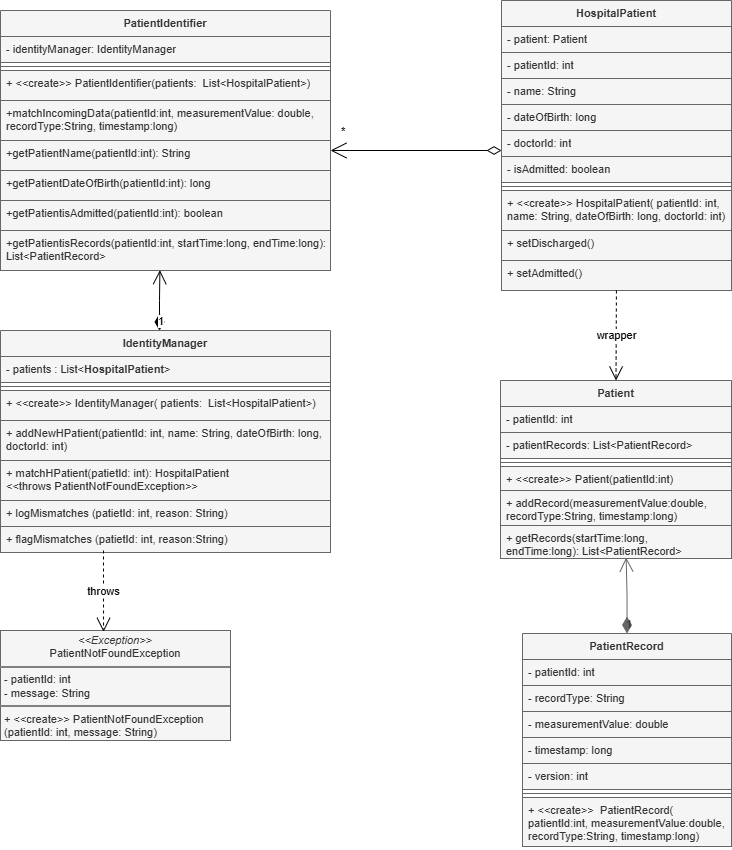
The draw.io diagram uml_models/DiagramPatientIdentificationSystem.png in KlaraAlbertova/signal_project, before a commit. Source tidied: cells renumbered, new cells last; positions are measured from the earlier drawing's top-left corner, leaving out a move shared by most shapes.
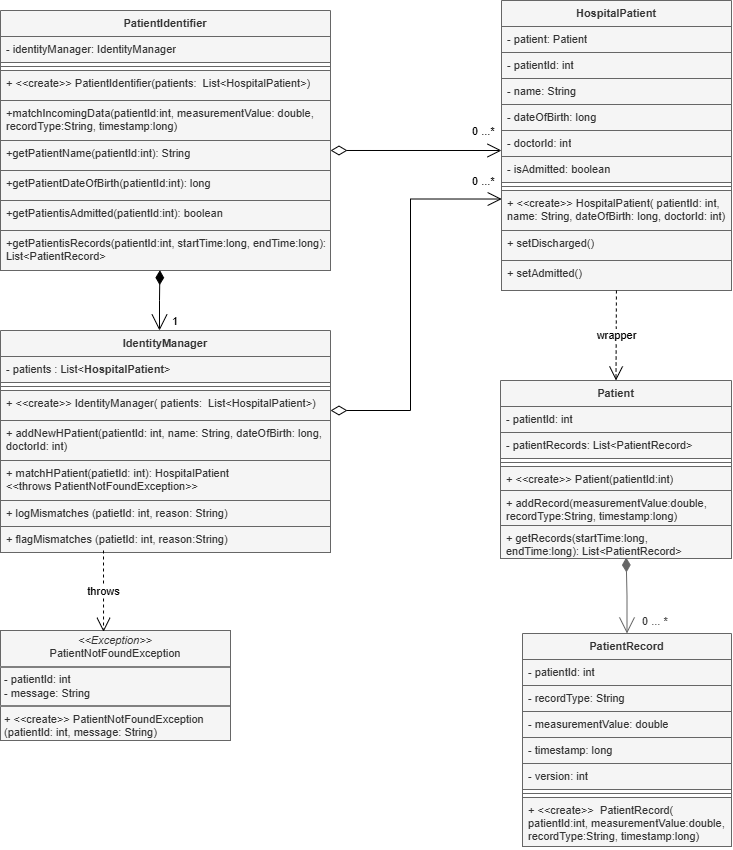
After the commit.

Diff of the diagram source:
```diff
@@ -47,8 +47,8 @@
     <mxCell id="16" value="+ &amp;lt;&amp;lt;create&amp;gt;&amp;gt;&amp;nbsp;&amp;nbsp;&lt;span&gt;PatientRecord&lt;/span&gt;&lt;span&gt;(&lt;/span&gt;&lt;div&gt;&lt;span&gt;patientId:int,&amp;nbsp;&lt;/span&gt;&lt;span style=&quot;&quot;&gt;measurementValue:double, recordType:String, &lt;/span&gt;&lt;span style=&quot;&quot;&gt;timestamp:long)&lt;/span&gt;&lt;/div&gt;" style="text;strokeColor=#666666;fillColor=#f5f5f5;align=left;verticalAlign=top;spacingLeft=4;spacingRight=4;overflow=hidden;whiteSpace=wrap;html=1;fontSize=11;fontFamily=Helvetica;labelBackgroundColor=none;fontColor=#333333;" parent="9" vertex="1">
       <mxGeometry y="164" width="209" height="49" as="geometry" />
     </mxCell>
-    <mxCell id="17" value="1" style="endArrow=open;html=1;endSize=12;startArrow=diamondThin;startSize=14;startFill=1;edgeStyle=orthogonalEdgeStyle;align=left;verticalAlign=bottom;rounded=0;entryX=0.544;entryY=0.97;entryDx=0;entryDy=0;entryPerimeter=0;strokeColor=#666666;fillColor=#f5f5f5;fontSize=11;fontFamily=Helvetica;fontColor=light-dark(#333333,#C1C1C1);labelBackgroundColor=none;" parent="1" edge="1" source="9" target="8">
-      <mxGeometry x="-1" y="3" relative="1" as="geometry" />
+    <mxCell id="17" value="0 ... *" style="endArrow=diamondThin;html=1;endSize=12;startArrow=open;startSize=14;startFill=0;edgeStyle=orthogonalEdgeStyle;align=left;verticalAlign=bottom;rounded=0;entryX=0.544;entryY=0.97;entryDx=0;entryDy=0;entryPerimeter=0;strokeColor=#666666;fillColor=#f5f5f5;fontSize=11;fontFamily=Helvetica;fontColor=light-dark(#333333,#C1C1C1);labelBackgroundColor=none;endFill=1;" parent="1" edge="1" source="9" target="8">
+      <mxGeometry x="-0.92" y="-13" relative="1" as="geometry" />
     </mxCell>
     <mxCell id="18" value="&lt;span lang=&quot;EN-CA&quot; style=&quot;&quot;&gt;PatientIdentifier&lt;/span&gt;" style="swimlane;fontStyle=1;align=center;verticalAlign=top;horizontal=1;startSize=26;whiteSpace=wrap;html=1;fontColor=#333333;fillColor=#f5f5f5;strokeColor=#666666;fontSize=11;fontFamily=Helvetica;labelBackgroundColor=none;" parent="1" vertex="1">
       <mxGeometry y="10" width="330" height="260" as="geometry" />
@@ -137,17 +137,16 @@
     <mxCell id="46" value="&lt;p style=&quot;margin:0px;margin-top:4px;text-align:center;&quot;&gt;&lt;i&gt;&amp;lt;&amp;lt;Exception&amp;gt;&amp;gt;&lt;/i&gt;&lt;br&gt;&lt;span style=&quot;text-align: left;&quot;&gt;PatientNotFoundException&lt;/span&gt;&lt;/p&gt;&lt;hr style=&quot;border-style:solid;&quot;&gt;&lt;p style=&quot;margin:0px;margin-left:4px;&quot;&gt;- patientId: int&lt;/p&gt;&lt;p style=&quot;margin:0px;margin-left:4px;&quot;&gt;- message: String&lt;/p&gt;&lt;hr style=&quot;border-style:solid;&quot;&gt;&lt;p style=&quot;margin:0px;margin-left:4px;&quot;&gt;+ &amp;lt;&amp;lt;create&amp;gt;&amp;gt; PatientNotFoundException (patientId: int, message: String)&lt;/p&gt;&lt;div&gt;&lt;br&gt;&lt;/div&gt;" style="verticalAlign=top;align=left;overflow=fill;html=1;whiteSpace=wrap;fillColor=#f5f5f5;fontColor=#333333;strokeColor=#666666;fontSize=11;fontFamily=Helvetica;labelBackgroundColor=none;" parent="1" vertex="1">
       <mxGeometry y="630" width="230" height="110" as="geometry" />
     </mxCell>
-    <mxCell id="47" value="*" style="endArrow=diamondThin;html=1;endSize=12;startArrow=open;startSize=14;startFill=0;edgeStyle=orthogonalEdgeStyle;align=left;verticalAlign=bottom;rounded=0;endFill=0;exitX=1;exitY=0.333;exitDx=0;exitDy=0;exitPerimeter=0;" parent="1" edge="1" source="23">
-      <mxGeometry x="-0.88" y="10" relative="1" as="geometry">
+    <mxCell id="47" value="0 ...*" style="endArrow=open;html=1;endSize=12;startArrow=diamondThin;startSize=14;startFill=0;edgeStyle=orthogonalEdgeStyle;align=left;verticalAlign=bottom;rounded=0;endFill=0;exitX=1;exitY=0.333;exitDx=0;exitDy=0;exitPerimeter=0;" parent="1" edge="1" source="23">
+      <mxGeometry x="0.64" y="10" relative="1" as="geometry">
         <mxPoint x="501" y="150" as="targetPoint" />
-        <mxPoint x="-1" as="offset" />
       </mxGeometry>
     </mxCell>
     <mxCell id="48" value="wrapper" style="endArrow=open;endSize=12;dashed=1;html=1;rounded=0;entryX=0.5;entryY=0;entryDx=0;entryDy=0;" parent="1" edge="1" source="45" target="2">
       <mxGeometry relative="1" as="geometry" />
     </mxCell>
-    <mxCell id="49" value="1" style="endArrow=open;html=1;endSize=12;startArrow=diamondThin;startSize=14;startFill=1;edgeStyle=orthogonalEdgeStyle;align=left;verticalAlign=bottom;rounded=0;entryX=0.483;entryY=0.992;entryDx=0;entryDy=0;entryPerimeter=0;" parent="1" edge="1" target="26">
-      <mxGeometry x="-1" y="3" relative="1" as="geometry">
+    <mxCell id="49" value="1" style="endArrow=diamondThin;html=1;endSize=12;startArrow=open;startSize=14;startFill=0;edgeStyle=orthogonalEdgeStyle;align=left;verticalAlign=bottom;rounded=0;entryX=0.483;entryY=0.992;entryDx=0;entryDy=0;entryPerimeter=0;endFill=1;" parent="1" edge="1" target="26">
+      <mxGeometry x="-1" y="-11" relative="1" as="geometry">
         <mxPoint x="159" y="330" as="sourcePoint" />
       </mxGeometry>
     </mxCell>
@@ -156,5 +155,14 @@
         <mxPoint x="103" y="550" as="sourcePoint" />
       </mxGeometry>
     </mxCell>
+    <mxCell id="51" value="0 ...*" style="endArrow=open;html=1;endSize=12;startArrow=diamondThin;startSize=14;startFill=0;edgeStyle=orthogonalEdgeStyle;align=left;verticalAlign=bottom;rounded=0;entryX=0.001;entryY=0.213;entryDx=0;entryDy=0;entryPerimeter=0;" parent="1" edge="1" target="43">
+      <mxGeometry x="0.84" y="9" relative="1" as="geometry">
+        <mxPoint x="330" y="410" as="sourcePoint" />
+        <Array as="points">
+          <mxPoint x="410" y="410" />
+          <mxPoint x="410" y="199" />
+        </Array>
+      </mxGeometry>
+    </mxCell>
   </root>
 </mxGraphModel>
```
